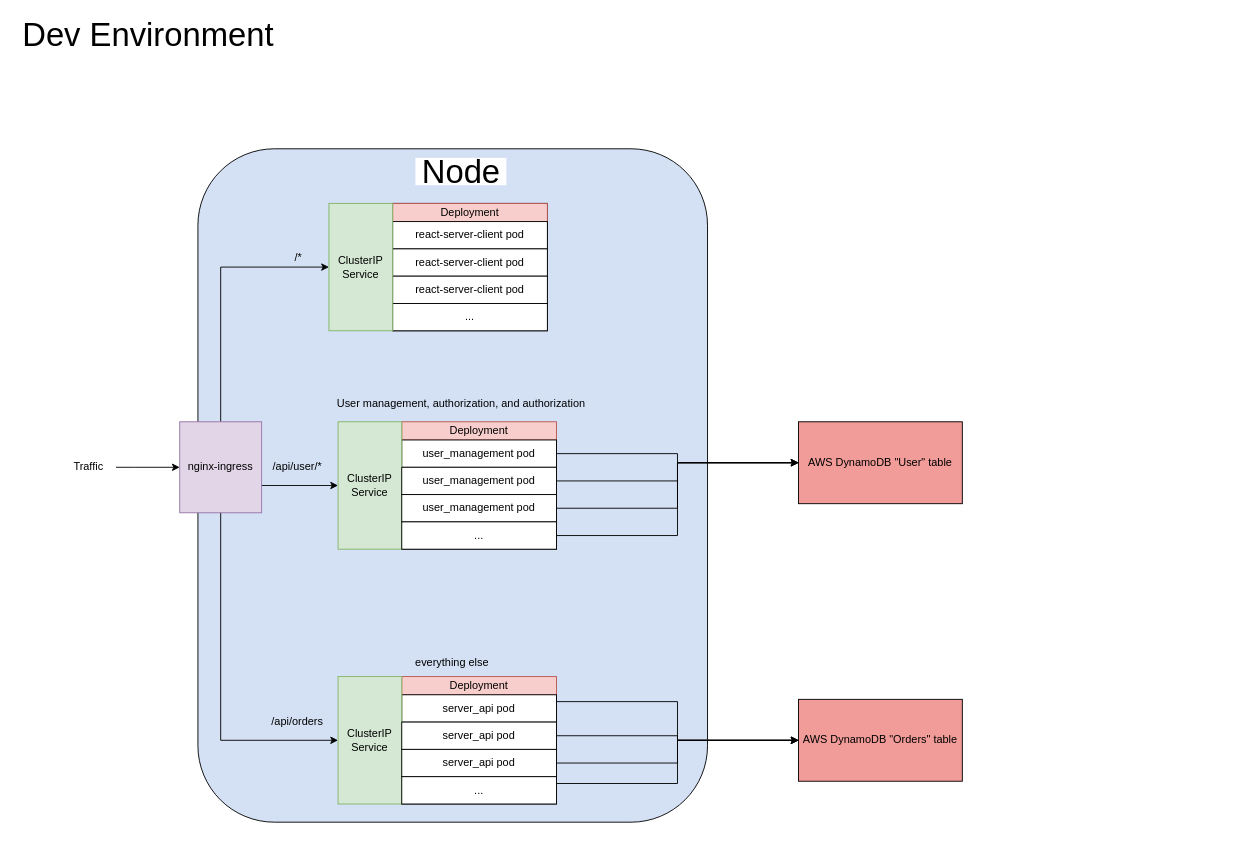
This is page "Page-1" (1 of 2) of planning/architecture_diagram.drawio from Daniel-Laufer/flashcard-app, a draw.io file, before an edit. Source tidied: cells renumbered, new cells numbered last; positions are measured from the earlier drawing's top-left corner, leaving out a move shared by most shapes. Both pictures are drawn from the tidied source at 91%, with x=0, y=0 at pixel (15, 21).
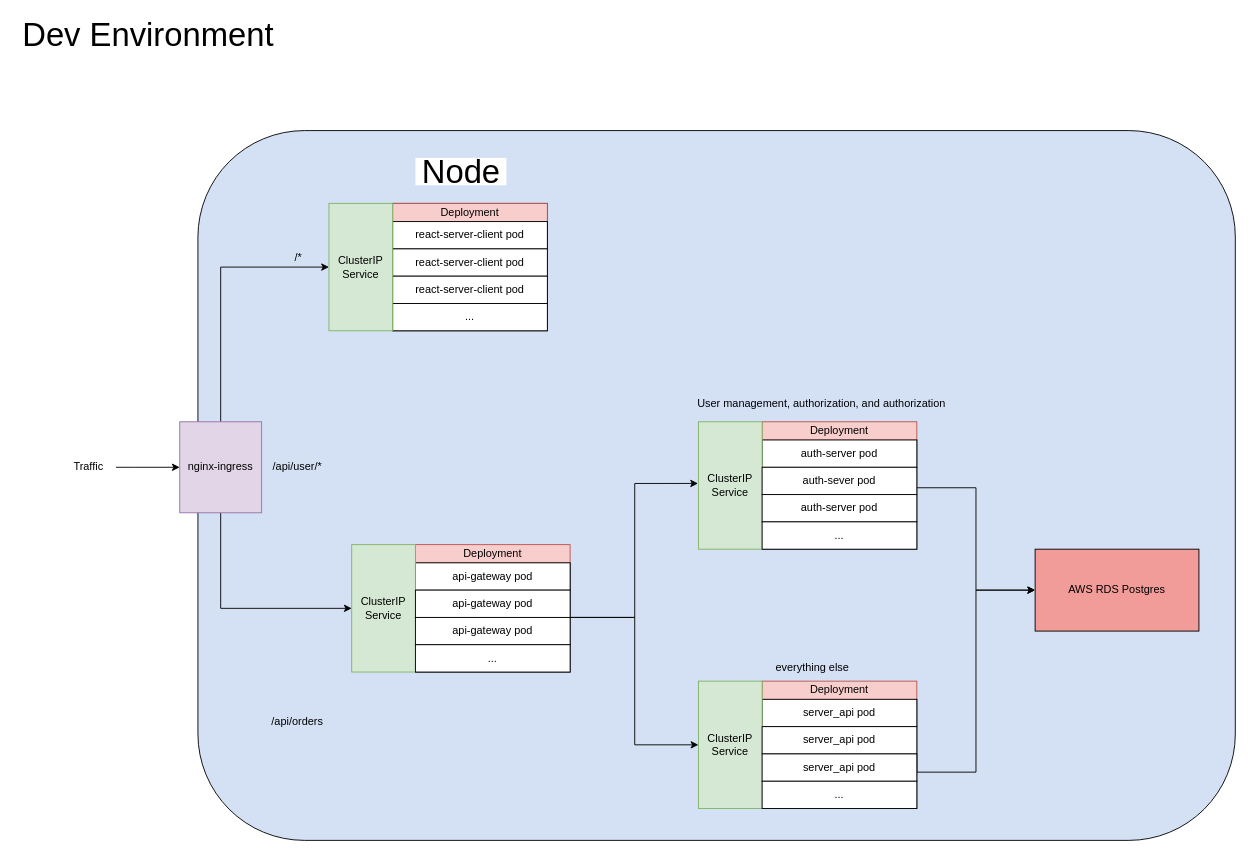
After the change.

Commit message:
modified architecture slitghtly to include an api-gateway

The change refers to these unchanged cells:
```xml
<mxCell id="8" value="nginx-ingress" style="rounded=0;whiteSpace=wrap;html=1;fillColor=#e1d5e7;strokeColor=#9673a6;" parent="1" vertex="1">
  <mxGeometry x="180" y="440" width="90" height="100" as="geometry" />
</mxCell>
```

What changed in the source:
```diff
@@
-    <mxCell id="2" style="rounded=1;whiteSpace=wrap;html=1;fillColor=#D4E1F5;" parent="1" vertex="1">
-      <mxGeometry x="200" y="140" width="560" height="740" as="geometry" />
-    </mxCell>
+    <mxCell id="47" style="rounded=1;whiteSpace=wrap;html=1;fillColor=#D4E1F5;" parent="1" vertex="1">
+      <mxGeometry x="200" y="120" width="1140" height="780" as="geometry" />
+    </mxCell>
@@
-    <mxCell id="6" style="edgeStyle=orthogonalEdgeStyle;rounded=0;jettySize=auto;html=1;exitX=0.5;exitY=1;exitDx=0;exitDy=0;" parent="1" edge="1" source="8" target="22">
-      <mxGeometry relative="1" as="geometry">
-        <Array as="points">
-          <mxPoint x="225" y="510" />
-        </Array>
-      </mxGeometry>
-    </mxCell>
-    <mxCell id="7" style="edgeStyle=orthogonalEdgeStyle;rounded=0;jettySize=auto;html=1;entryX=0;entryY=0.5;entryDx=0;entryDy=0;" parent="1" edge="1" source="8" target="27">
-      <mxGeometry relative="1" as="geometry">
-        <Array as="points">
-          <mxPoint x="225" y="790" />
-        </Array>
-      </mxGeometry>
-    </mxCell>
+    <mxCell id="48" style="edgeStyle=orthogonalEdgeStyle;rounded=0;jettySize=auto;html=1;exitX=0.5;exitY=1;exitDx=0;exitDy=0;entryX=0;entryY=0.5;entryDx=0;entryDy=0;" parent="1" edge="1" source="8" target="54">
+      <mxGeometry relative="1" as="geometry" />
+    </mxCell>
@@
     <mxCell id="18" style="rounded=0;whiteSpace=wrap;html=1;" parent="1" vertex="1">
-      <mxGeometry x="424" y="460" width="170" height="120" as="geometry" />
+      <mxGeometry x="820" y="460" width="170" height="120" as="geometry" />
     </mxCell>
     <mxCell id="19" value="Deployment" style="rounded=0;whiteSpace=wrap;html=1;fillColor=#f8cecc;strokeColor=#b85450;" parent="1" vertex="1">
-      <mxGeometry x="424" y="440" width="170" height="20" as="geometry" />
+      <mxGeometry x="820" y="440" width="170" height="20" as="geometry" />
     </mxCell>
-    <mxCell id="20" style="edgeStyle=orthogonalEdgeStyle;rounded=0;jettySize=auto;html=1;exitX=1;exitY=0.5;exitDx=0;exitDy=0;entryX=0;entryY=0.5;entryDx=0;entryDy=0;" parent="1" edge="1" source="21" target="45">
-      <mxGeometry relative="1" as="geometry" />
-    </mxCell>
-    <mxCell id="21" value="user_management pod" style="rounded=0;whiteSpace=wrap;html=1;" parent="1" vertex="1">
-      <mxGeometry x="424" y="460" width="170" height="30" as="geometry" />
+    <mxCell id="21" value="auth-server pod" style="rounded=0;whiteSpace=wrap;html=1;" parent="1" vertex="1">
+      <mxGeometry x="820" y="460" width="170" height="30" as="geometry" />
     </mxCell>
     <mxCell id="22" value="ClusterIP Service" style="rounded=0;whiteSpace=wrap;html=1;fillColor=#d5e8d4;strokeColor=#82b366;" parent="1" vertex="1">
-      <mxGeometry x="354" y="440" width="70" height="140" as="geometry" />
+      <mxGeometry x="750" y="440" width="70" height="140" as="geometry" />
     </mxCell>
     <mxCell id="23" style="rounded=0;whiteSpace=wrap;html=1;" parent="1" vertex="1">
-      <mxGeometry x="424" y="740" width="170" height="120" as="geometry" />
+      <mxGeometry x="820" y="745" width="170" height="120" as="geometry" />
     </mxCell>
     <mxCell id="24" value="Deployment" style="rounded=0;whiteSpace=wrap;html=1;fillColor=#f8cecc;strokeColor=#b85450;" parent="1" vertex="1">
-      <mxGeometry x="424" y="720" width="170" height="20" as="geometry" />
+      <mxGeometry x="820" y="725" width="170" height="20" as="geometry" />
     </mxCell>
-    <mxCell id="25" style="edgeStyle=orthogonalEdgeStyle;rounded=0;jettySize=auto;html=1;exitX=1;exitY=0.25;exitDx=0;exitDy=0;entryX=0;entryY=0.5;entryDx=0;entryDy=0;" parent="1" edge="1" source="26" target="46">
-      <mxGeometry relative="1" as="geometry" />
-    </mxCell>
     <mxCell id="26" value="server_api pod" style="rounded=0;whiteSpace=wrap;html=1;" parent="1" vertex="1">
-      <mxGeometry x="424" y="740" width="170" height="30" as="geometry" />
+      <mxGeometry x="820" y="745" width="170" height="30" as="geometry" />
     </mxCell>
     <mxCell id="27" value="ClusterIP Service" style="rounded=0;whiteSpace=wrap;html=1;fillColor=#d5e8d4;strokeColor=#82b366;" parent="1" vertex="1">
-      <mxGeometry x="354" y="720" width="70" height="140" as="geometry" />
+      <mxGeometry x="750" y="725" width="70" height="140" as="geometry" />
     </mxCell>
     <mxCell id="28" value="User management, authorization, and authorization" style="text;html=1;align=center;verticalAlign=middle;fillColor=none;strokeColor=none;rounded=0;labelBackgroundColor=none;" parent="1" vertex="1">
-      <mxGeometry x="344" y="410" width="290" height="20" as="geometry" />
+      <mxGeometry x="740" y="410" width="290" height="20" as="geometry" />
     </mxCell>
@@
-    <mxCell id="31" style="edgeStyle=orthogonalEdgeStyle;rounded=0;jettySize=auto;html=1;exitX=1;exitY=0.5;exitDx=0;exitDy=0;" parent="1" edge="1" source="32" target="46">
-      <mxGeometry relative="1" as="geometry" />
-    </mxCell>
+    <mxCell id="49" style="edgeStyle=orthogonalEdgeStyle;rounded=0;jettySize=auto;html=1;exitX=1;exitY=1;exitDx=0;exitDy=0;entryX=0;entryY=0.5;entryDx=0;entryDy=0;" parent="1" edge="1" source="32" target="60">
+      <mxGeometry relative="1" as="geometry" />
+    </mxCell>
     <mxCell id="32" value="server_api pod" style="rounded=0;whiteSpace=wrap;html=1;" parent="1" vertex="1">
-      <mxGeometry x="424" y="770" width="170" height="30" as="geometry" />
+      <mxGeometry x="820" y="775" width="170" height="30" as="geometry" />
     </mxCell>
-    <mxCell id="33" style="edgeStyle=orthogonalEdgeStyle;rounded=0;jettySize=auto;html=1;exitX=1;exitY=0.5;exitDx=0;exitDy=0;entryX=0;entryY=0.5;entryDx=0;entryDy=0;" parent="1" edge="1" source="34" target="46">
-      <mxGeometry relative="1" as="geometry" />
-    </mxCell>
     <mxCell id="34" value="server_api pod" style="rounded=0;whiteSpace=wrap;html=1;" parent="1" vertex="1">
-      <mxGeometry x="424" y="800" width="170" height="30" as="geometry" />
+      <mxGeometry x="820" y="805" width="170" height="30" as="geometry" />
     </mxCell>
-    <mxCell id="35" style="edgeStyle=orthogonalEdgeStyle;rounded=0;jettySize=auto;html=1;exitX=1;exitY=0.25;exitDx=0;exitDy=0;entryX=0;entryY=0.5;entryDx=0;entryDy=0;" parent="1" edge="1" source="36" target="46">
-      <mxGeometry relative="1" as="geometry" />
-    </mxCell>
     <mxCell id="36" value="..." style="rounded=0;whiteSpace=wrap;html=1;" parent="1" vertex="1">
-      <mxGeometry x="424" y="830" width="170" height="30" as="geometry" />
+      <mxGeometry x="820" y="835" width="170" height="30" as="geometry" />
     </mxCell>
-    <mxCell id="37" style="edgeStyle=orthogonalEdgeStyle;rounded=0;jettySize=auto;html=1;exitX=1;exitY=0.5;exitDx=0;exitDy=0;" parent="1" edge="1" source="38" target="45">
-      <mxGeometry relative="1" as="geometry" />
-    </mxCell>
+    <mxCell id="50" style="edgeStyle=orthogonalEdgeStyle;rounded=0;jettySize=auto;html=1;exitX=1;exitY=0.75;exitDx=0;exitDy=0;entryX=0;entryY=0.5;entryDx=0;entryDy=0;" parent="1" edge="1" source="38" target="60">
+      <mxGeometry relative="1" as="geometry" />
+    </mxCell>
-    <mxCell id="38" value="user_management pod" style="rounded=0;whiteSpace=wrap;html=1;" parent="1" vertex="1">
-      <mxGeometry x="424" y="490" width="170" height="30" as="geometry" />
+    <mxCell id="38" value="auth-sever pod" style="rounded=0;whiteSpace=wrap;html=1;" parent="1" vertex="1">
+      <mxGeometry x="820" y="490" width="170" height="30" as="geometry" />
     </mxCell>
-    <mxCell id="39" style="edgeStyle=orthogonalEdgeStyle;rounded=0;jettySize=auto;html=1;exitX=1;exitY=0.5;exitDx=0;exitDy=0;" parent="1" edge="1" source="40" target="45">
-      <mxGeometry relative="1" as="geometry" />
-    </mxCell>
-    <mxCell id="40" value="user_management pod" style="rounded=0;whiteSpace=wrap;html=1;" parent="1" vertex="1">
-      <mxGeometry x="424" y="520" width="170" height="30" as="geometry" />
+    <mxCell id="40" value="auth-server pod" style="rounded=0;whiteSpace=wrap;html=1;" parent="1" vertex="1">
+      <mxGeometry x="820" y="520" width="170" height="30" as="geometry" />
     </mxCell>
-    <mxCell id="41" style="edgeStyle=orthogonalEdgeStyle;rounded=0;jettySize=auto;html=1;exitX=1;exitY=0.5;exitDx=0;exitDy=0;entryX=0;entryY=0.5;entryDx=0;entryDy=0;" parent="1" edge="1" source="42" target="45">
-      <mxGeometry relative="1" as="geometry" />
-    </mxCell>
     <mxCell id="42" value="..." style="rounded=0;whiteSpace=wrap;html=1;" parent="1" vertex="1">
-      <mxGeometry x="424" y="550" width="170" height="30" as="geometry" />
+      <mxGeometry x="820" y="550" width="170" height="30" as="geometry" />
     </mxCell>
     <mxCell id="43" value="everything else" style="text;html=1;align=center;verticalAlign=middle;fillColor=none;strokeColor=none;rounded=0;labelBackgroundColor=none;" parent="1" vertex="1">
-      <mxGeometry x="429" y="695" width="100" height="20" as="geometry" />
+      <mxGeometry x="825" y="700" width="100" height="20" as="geometry" />
     </mxCell>
@@
-    <mxCell id="45" value="AWS DynamoDB &quot;User&quot; table" style="rounded=0;whiteSpace=wrap;html=1;fillColor=#F19C99;" parent="1" vertex="1">
-      <mxGeometry x="860" y="440" width="180" height="90" as="geometry" />
-    </mxCell>
-    <mxCell id="46" value="AWS DynamoDB &quot;Orders&quot; table" style="rounded=0;whiteSpace=wrap;html=1;fillColor=#F19C99;" parent="1" vertex="1">
-      <mxGeometry x="860" y="745" width="180" height="90" as="geometry" />
-    </mxCell>
+    <mxCell id="51" style="rounded=0;whiteSpace=wrap;html=1;" parent="1" vertex="1">
+      <mxGeometry x="439" y="595" width="170" height="120" as="geometry" />
+    </mxCell>
+    <mxCell id="52" value="Deployment" style="rounded=0;whiteSpace=wrap;html=1;fillColor=#f8cecc;strokeColor=#b85450;" parent="1" vertex="1">
+      <mxGeometry x="439" y="575" width="170" height="20" as="geometry" />
+    </mxCell>
+    <mxCell id="53" value="api-gateway pod" style="rounded=0;whiteSpace=wrap;html=1;" parent="1" vertex="1">
+      <mxGeometry x="439" y="595" width="170" height="30" as="geometry" />
+    </mxCell>
+    <mxCell id="54" value="ClusterIP Service" style="rounded=0;whiteSpace=wrap;html=1;fillColor=#d5e8d4;strokeColor=#82b366;" parent="1" vertex="1">
+      <mxGeometry x="369" y="575" width="70" height="140" as="geometry" />
+    </mxCell>
+    <mxCell id="55" style="edgeStyle=orthogonalEdgeStyle;rounded=0;jettySize=auto;html=1;exitX=1;exitY=1;exitDx=0;exitDy=0;entryX=-0.006;entryY=0.484;entryDx=0;entryDy=0;entryPerimeter=0;" parent="1" edge="1" source="57" target="22">
+      <mxGeometry relative="1" as="geometry">
+        <Array as="points">
+          <mxPoint x="680" y="655" />
+          <mxPoint x="680" y="508" />
+        </Array>
+      </mxGeometry>
+    </mxCell>
+    <mxCell id="56" style="edgeStyle=orthogonalEdgeStyle;rounded=0;jettySize=auto;html=1;exitX=1;exitY=1;exitDx=0;exitDy=0;entryX=0;entryY=0.5;entryDx=0;entryDy=0;" parent="1" edge="1" source="57" target="27">
+      <mxGeometry relative="1" as="geometry">
+        <Array as="points">
+          <mxPoint x="680" y="655" />
+          <mxPoint x="680" y="795" />
+        </Array>
+      </mxGeometry>
+    </mxCell>
+    <mxCell id="57" value="api-gateway pod" style="rounded=0;whiteSpace=wrap;html=1;" parent="1" vertex="1">
+      <mxGeometry x="439" y="625" width="170" height="30" as="geometry" />
+    </mxCell>
+    <mxCell id="58" value="api-gateway pod" style="rounded=0;whiteSpace=wrap;html=1;" parent="1" vertex="1">
+      <mxGeometry x="439" y="655" width="170" height="30" as="geometry" />
+    </mxCell>
+    <mxCell id="59" value="..." style="rounded=0;whiteSpace=wrap;html=1;" parent="1" vertex="1">
+      <mxGeometry x="439" y="685" width="170" height="30" as="geometry" />
+    </mxCell>
+    <mxCell id="60" value="AWS RDS Postgres" style="rounded=0;whiteSpace=wrap;html=1;fillColor=#F19C99;" parent="1" vertex="1">
+      <mxGeometry x="1120" y="580" width="180" height="90" as="geometry" />
+    </mxCell>
```
